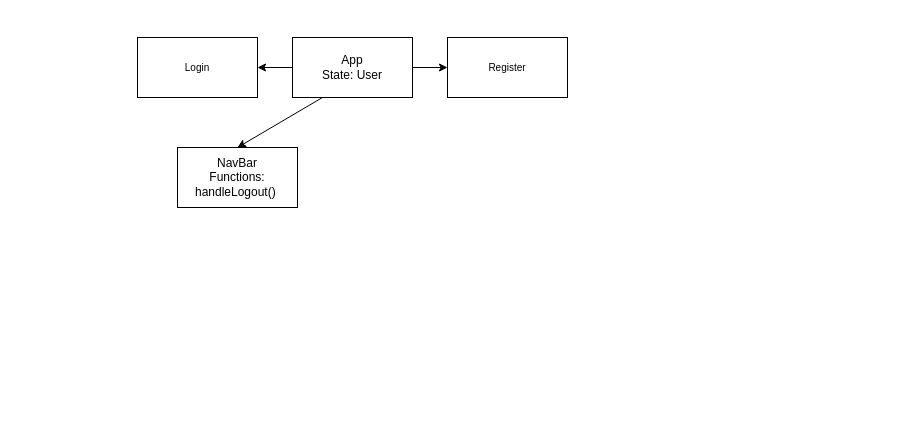
zachyoungdale/Filter-Phase-5-Capstone keeps this draw.io diagram as client/src/Filter.drawio. Above is the earlier version. Source tidied: cells renumbered, new cells numbered last; positions are measured from the earlier drawing's top-left corner, leaving out a move shared by most shapes. Both pictures are drawn from the tidied source at 100%, with x=0, y=0 at pixel (137, 37).
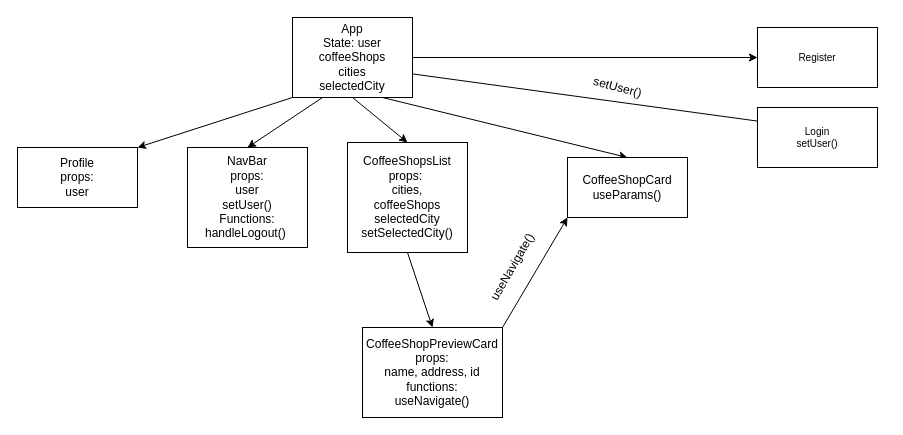
Above is the later version.

Commit message:
front end diagram updated

The edit, as a diff of the source:
```diff
@@
 <mxGraphModel>
   <root>
     <mxCell id="0" />
     <mxCell id="1" parent="0" />
     <mxCell id="2" style="edgeStyle=none;html=1;exitX=0;exitY=0.5;exitDx=0;exitDy=0;entryX=1;entryY=0.5;entryDx=0;entryDy=0;fontSize=10;" parent="1" edge="1" source="5" target="7">
       <mxGeometry relative="1" as="geometry" />
     </mxCell>
     <mxCell id="3" style="edgeStyle=none;html=1;exitX=1;exitY=0.5;exitDx=0;exitDy=0;fontSize=10;" parent="1" edge="1" source="5" target="6">
       <mxGeometry relative="1" as="geometry" />
     </mxCell>
     <mxCell id="4" style="edgeStyle=none;html=1;exitX=0.25;exitY=1;exitDx=0;exitDy=0;entryX=0.5;entryY=0;entryDx=0;entryDy=0;" parent="1" edge="1" source="5" target="8">
       <mxGeometry relative="1" as="geometry" />
     </mxCell>
+    <mxCell id="9" style="edgeStyle=none;html=1;exitX=0.5;exitY=1;exitDx=0;exitDy=0;entryX=0.5;entryY=0;entryDx=0;entryDy=0;" parent="1" edge="1" source="5" target="13">
+      <mxGeometry relative="1" as="geometry" />
+    </mxCell>
+    <mxCell id="10" style="edgeStyle=none;html=1;exitX=0.75;exitY=1;exitDx=0;exitDy=0;entryX=0.5;entryY=0;entryDx=0;entryDy=0;" parent="1" edge="1" source="5" target="15">
+      <mxGeometry relative="1" as="geometry" />
+    </mxCell>
+    <mxCell id="11" style="edgeStyle=none;html=1;exitX=0;exitY=1;exitDx=0;exitDy=0;entryX=1;entryY=0;entryDx=0;entryDy=0;" parent="1" edge="1" source="5" target="19">
+      <mxGeometry relative="1" as="geometry" />
+    </mxCell>
-    <mxCell id="5" value="App&lt;br&gt;State: User" style="rounded=0;whiteSpace=wrap;html=1;" parent="1" vertex="1">
-      <mxGeometry x="155" width="120" height="60" as="geometry" />
+    <mxCell id="5" value="App&lt;br&gt;State: user&lt;br&gt;coffeeShops&lt;br&gt;cities&lt;br&gt;selectedCity" style="rounded=0;whiteSpace=wrap;html=1;" parent="1" vertex="1">
+      <mxGeometry x="155" y="-20" width="120" height="80" as="geometry" />
     </mxCell>
     <mxCell id="6" value="Register" style="rounded=0;whiteSpace=wrap;html=1;fontSize=10;" parent="1" vertex="1">
-      <mxGeometry x="310" width="120" height="60" as="geometry" />
+      <mxGeometry x="620" y="-10" width="120" height="60" as="geometry" />
     </mxCell>
-    <mxCell id="7" value="Login" style="rounded=0;whiteSpace=wrap;html=1;fontSize=10;" parent="1" vertex="1">
-      <mxGeometry width="120" height="60" as="geometry" />
+    <mxCell id="7" value="Login&lt;br&gt;setUser()" style="rounded=0;whiteSpace=wrap;html=1;fontSize=10;" parent="1" vertex="1">
+      <mxGeometry x="620" y="70" width="120" height="60" as="geometry" />
     </mxCell>
-    <mxCell id="8" value="NavBar&lt;br&gt;Functions: handleLogout()&amp;nbsp;" style="rounded=0;whiteSpace=wrap;html=1;" parent="1" vertex="1">
-      <mxGeometry x="40" y="110" width="120" height="60" as="geometry" />
+    <mxCell id="8" value="NavBar&lt;br&gt;props:&lt;br&gt;user&lt;br&gt;setUser()&lt;br&gt;Functions: handleLogout()&amp;nbsp;" style="rounded=0;whiteSpace=wrap;html=1;" parent="1" vertex="1">
+      <mxGeometry x="50" y="110" width="120" height="100" as="geometry" />
     </mxCell>
+    <mxCell id="12" style="edgeStyle=none;html=1;exitX=0.5;exitY=1;exitDx=0;exitDy=0;entryX=0.5;entryY=0;entryDx=0;entryDy=0;" parent="1" edge="1" source="13" target="17">
+      <mxGeometry relative="1" as="geometry" />
+    </mxCell>
+    <mxCell id="13" value="CoffeeShopsList&lt;br&gt;props:&amp;nbsp;&lt;br&gt;cities,&lt;br&gt;coffeeShops&lt;br&gt;selectedCity&lt;br&gt;setSelectedCity()" style="rounded=0;whiteSpace=wrap;html=1;" parent="1" vertex="1">
+      <mxGeometry x="210" y="105" width="120" height="110" as="geometry" />
+    </mxCell>
+    <mxCell id="14" value="setUser()" style="text;html=1;align=center;verticalAlign=middle;strokeColor=none;fillColor=none;rotation=15;" parent="1" vertex="1">
+      <mxGeometry x="450" y="40" width="60" height="20" as="geometry" />
+    </mxCell>
+    <mxCell id="15" value="CoffeeShopCard&lt;br&gt;useParams()" style="rounded=0;whiteSpace=wrap;html=1;" parent="1" vertex="1">
+      <mxGeometry x="430" y="120" width="120" height="60" as="geometry" />
+    </mxCell>
+    <mxCell id="16" style="edgeStyle=none;html=1;exitX=1;exitY=0;exitDx=0;exitDy=0;entryX=0;entryY=1;entryDx=0;entryDy=0;" parent="1" edge="1" source="17" target="15">
+      <mxGeometry relative="1" as="geometry" />
+    </mxCell>
+    <mxCell id="17" value="CoffeeShopPreviewCard&lt;br&gt;props:&lt;br&gt;name, address, id&lt;br&gt;functions:&lt;br&gt;useNavigate()" style="rounded=0;whiteSpace=wrap;html=1;" parent="1" vertex="1">
+      <mxGeometry x="225" y="290" width="140" height="90" as="geometry" />
+    </mxCell>
+    <mxCell id="18" value="useNavigate()" style="text;html=1;align=center;verticalAlign=middle;strokeColor=none;fillColor=none;rotation=-60;" parent="1" vertex="1">
+      <mxGeometry x="330" y="220" width="90" height="20" as="geometry" />
+    </mxCell>
+    <mxCell id="19" value="Profile&lt;br&gt;props:&lt;br&gt;user" style="rounded=0;whiteSpace=wrap;html=1;" parent="1" vertex="1">
+      <mxGeometry x="-120" y="110" width="120" height="60" as="geometry" />
+    </mxCell>
   </root>
 </mxGraphModel>
```
